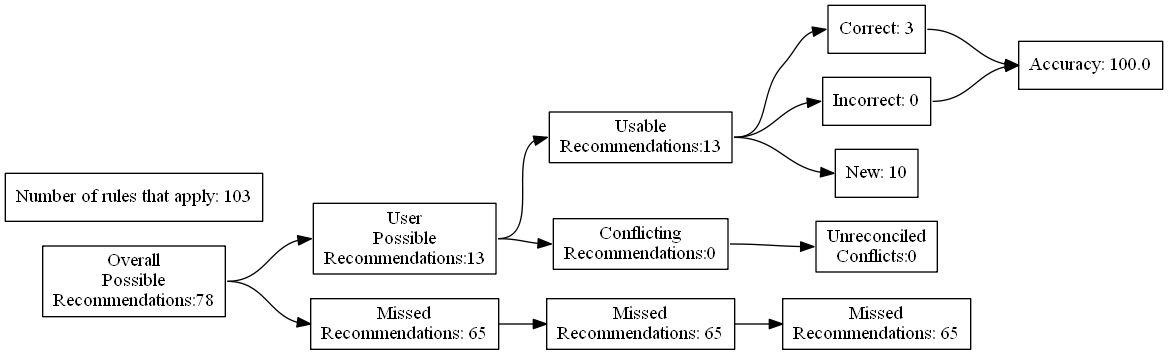
Before: test_renders/97.gv.png, a diagram exported from Graphviz (ZaxR/ibd_diet_analysis). Its source is kept beside it as test_renders/97.gv.
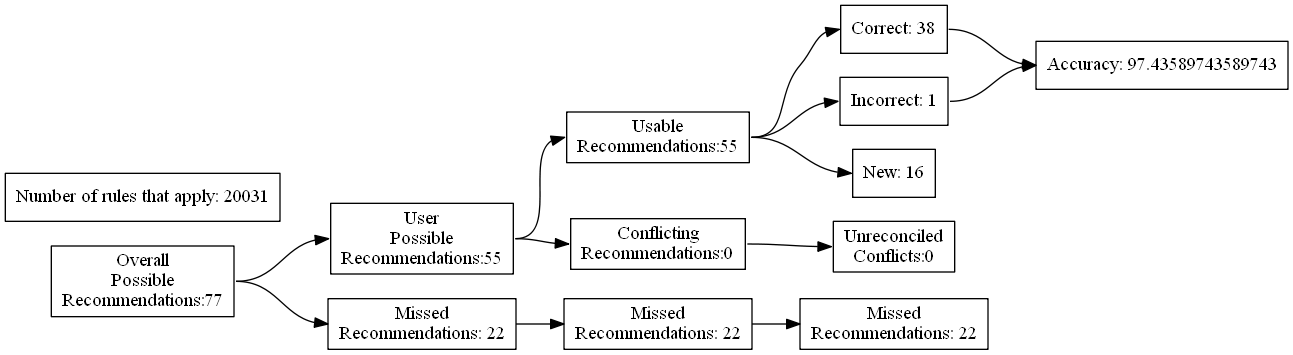
Above is the later version.

Diff of the diagram source:
```diff
@@ -4,27 +4,27 @@
 	edge [headport=w tailport=e]
 		A [label="Overall
 Possible
-Recommendations:78"]
+Recommendations:77"]
 		B [label="User
 Possible
-Recommendations:13"]
+Recommendations:55"]
 		C [label="Missed
-Recommendations: 65"]
+Recommendations: 22"]
 		D [label="Usable
-Recommendations:13"]
+Recommendations:55"]
 		E [label="Conflicting
 Recommendations:0"]
 		J [label="Missed
-Recommendations: 65"]
+Recommendations: 22"]
 		M [label="Unreconciled
 Conflicts:0"]
-		F [label="Correct: 3"]
-		G [label="Incorrect: 0"]
-		H [label="New: 10"]
+		F [label="Correct: 38"]
+		G [label="Incorrect: 1"]
+		H [label="New: 16"]
 		K [label="Missed
-Recommendations: 65"]
-		I [label="Accuracy: 100.0"]
-		l [label="Number of rules that apply: 103"]
+Recommendations: 22"]
+		I [label="Accuracy: 97.43589743589743"]
+		l [label="Number of rules that apply: 20031"]
 			A -> B
 			A -> C
 			B -> D
```
